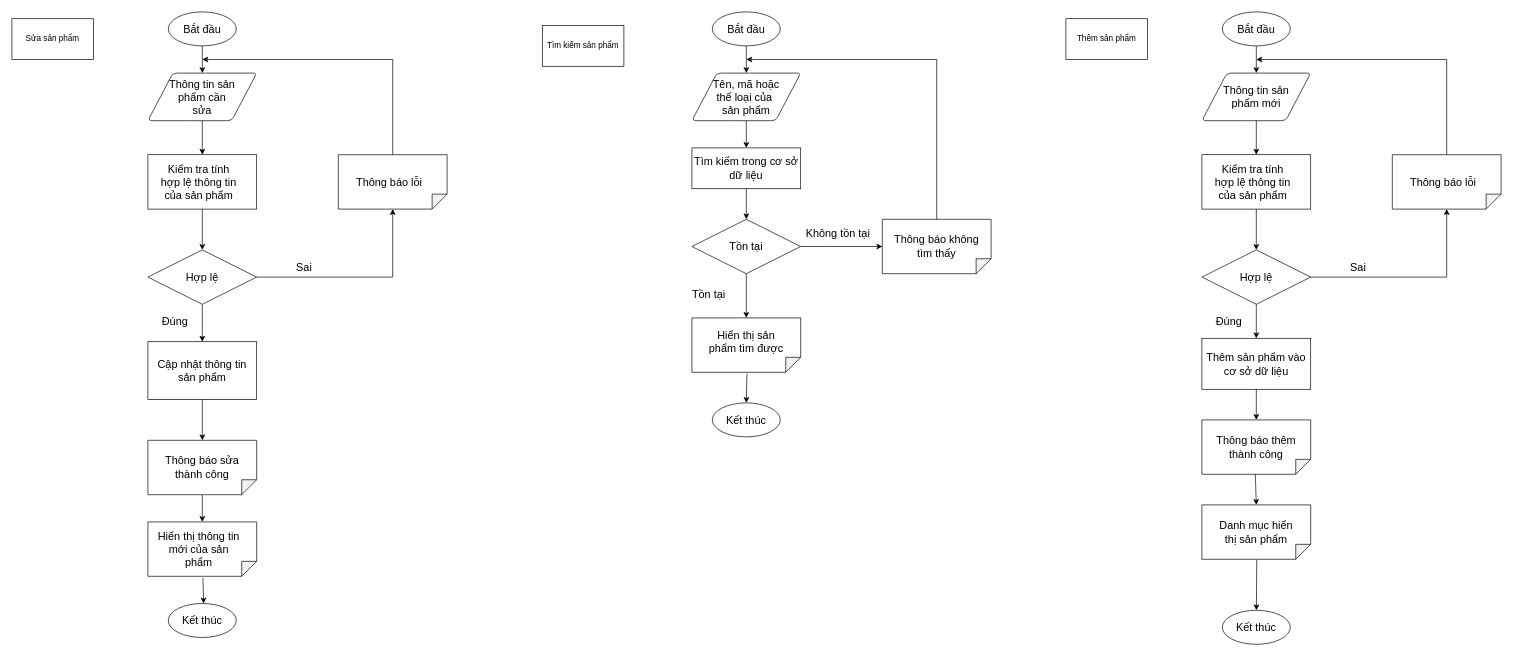
The draw.io diagram BRD & PRD/PRD/Drawio/Workflow_QL sản phẩm.drawio in hungtadasuke/CoffeShop_SoftwareTechnology, before the edit. Source tidied: cells renumbered, new cells numbered last; positions are measured from the earlier drawing's top-left corner, leaving out a move shared by most shapes. Both pictures are drawn from the tidied source at 68%, with x=0, y=0 at pixel (12, 12).
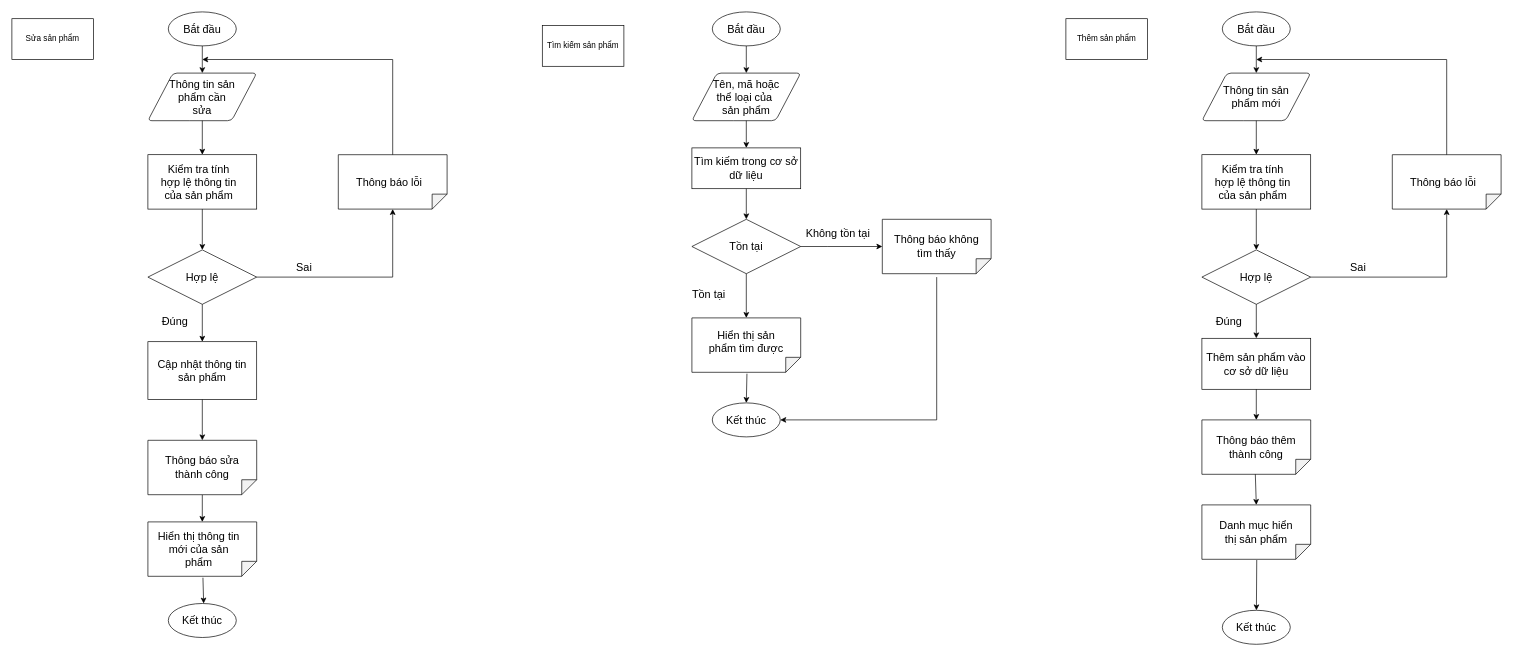
After the change.

The change refers to these unchanged cells:
```xml
<mxCell id="42" value="&lt;span&gt;Kết thúc&lt;/span&gt;" style="strokeWidth=1;html=1;shape=mxgraph.flowchart.start_1;whiteSpace=wrap;fontStyle=0;fontSize=16;" parent="1" vertex="1">
  <mxGeometry x="1030" y="575" width="100" height="50" as="geometry" />
</mxCell>
<mxCell id="43" style="shape=note;whiteSpace=wrap;html=1;backgroundOutline=1;darkOpacity=0.05;fontSize=16;strokeWidth=1;rotation=90;size=22;" parent="1" vertex="1">
  <mxGeometry x="1320" y="265" width="80" height="160" as="geometry" />
</mxCell>
```

What changed in the source:
```diff
@@
-    <mxCell id="45" style="edgeStyle=segmentEdgeStyle;endArrow=classic;html=1;rounded=0;exitX=0;exitY=0.5;exitDx=0;exitDy=0;exitPerimeter=0;" parent="1" edge="1" source="43">
+    <mxCell id="45" style="edgeStyle=segmentEdgeStyle;endArrow=classic;html=1;rounded=0;entryX=1;entryY=0.5;entryDx=0;entryDy=0;entryPerimeter=0;" parent="1" edge="1" target="42">
       <mxGeometry relative="1" as="geometry">
-        <mxPoint x="1080" y="70" as="targetPoint" />
+        <mxPoint x="1360" y="390" as="sourcePoint" />
         <Array as="points">
-          <mxPoint x="1360" y="70" />
+          <mxPoint x="1360" y="600" />
         </Array>
       </mxGeometry>
     </mxCell>
```
